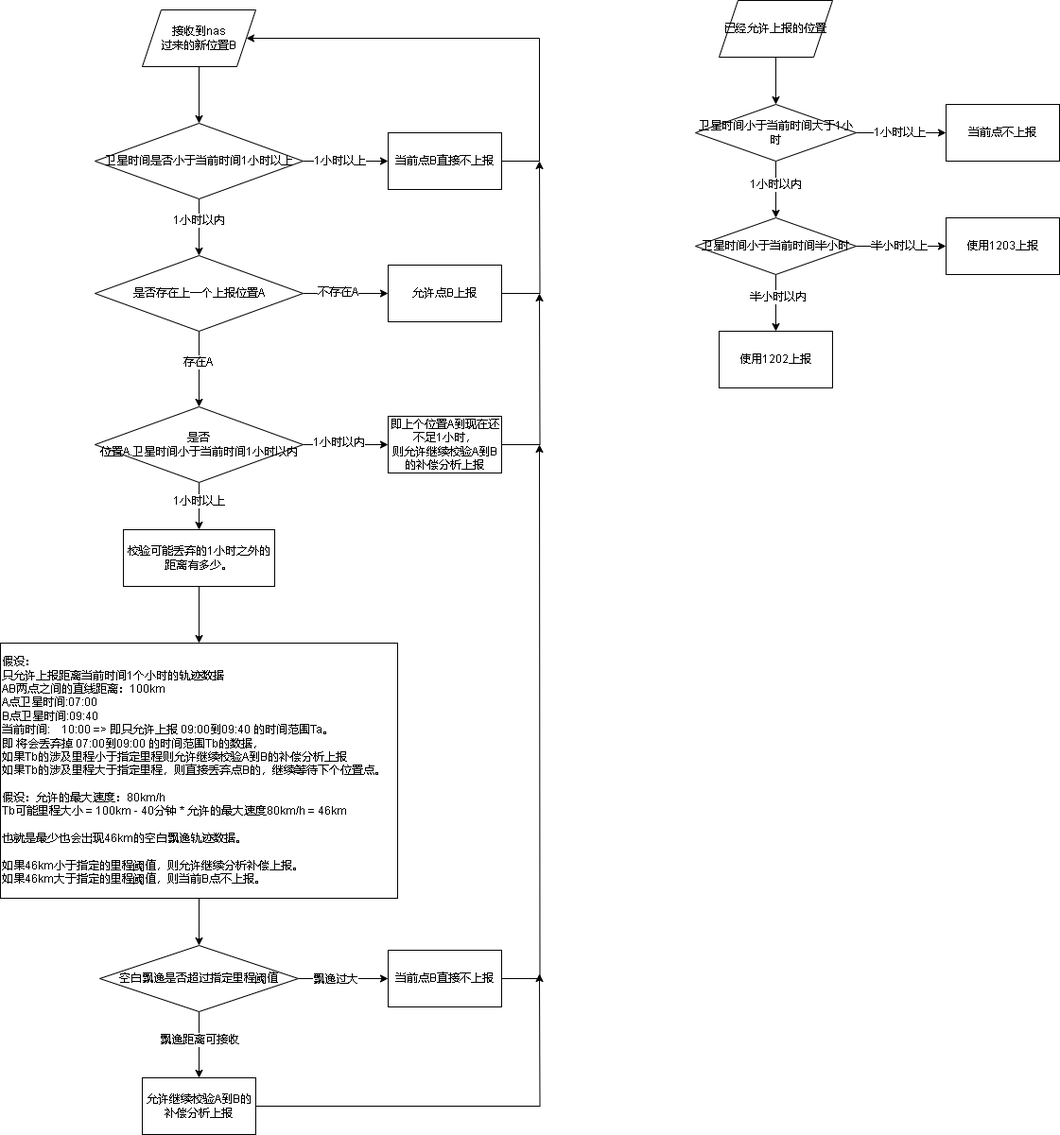
Above: 809轨迹时间异常.drawio.png in xktder/draw (draw.io), before the change. Source tidied: cells renumbered, new cells last; positions are measured from the earlier drawing's top-left corner, leaving out a move shared by most shapes.
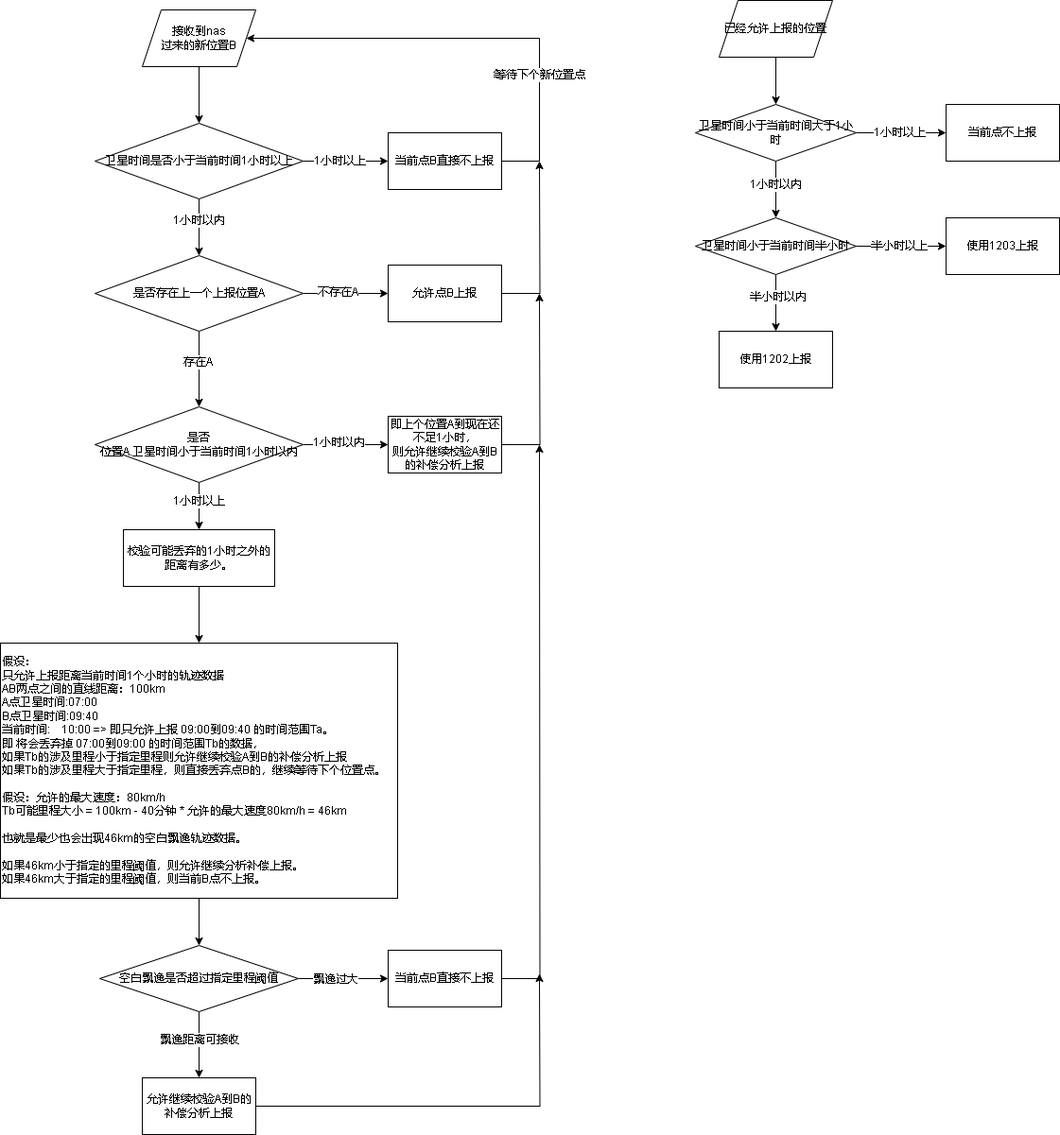
Later version of the same file.

Commit message:
更新809轨迹时间异常.drawio.png

Change to the diagram source:
```diff
@@ -31,6 +31,9 @@
         </Array>
       </mxGeometry>
     </mxCell>
+    <mxCell id="53" value="等待下个新位置点" style="edgeLabel;html=1;align=center;verticalAlign=middle;" parent="9" vertex="1">
+      <mxGeometry x="-0.45" relative="1" as="geometry" />
+    </mxCell>
     <mxCell id="10" value="当前点B直接不上报&lt;br&gt;" style="whiteSpace=wrap;html=1;" parent="1" vertex="1">
       <mxGeometry x="410" y="140" width="120" height="60" as="geometry" />
     </mxCell>
```
